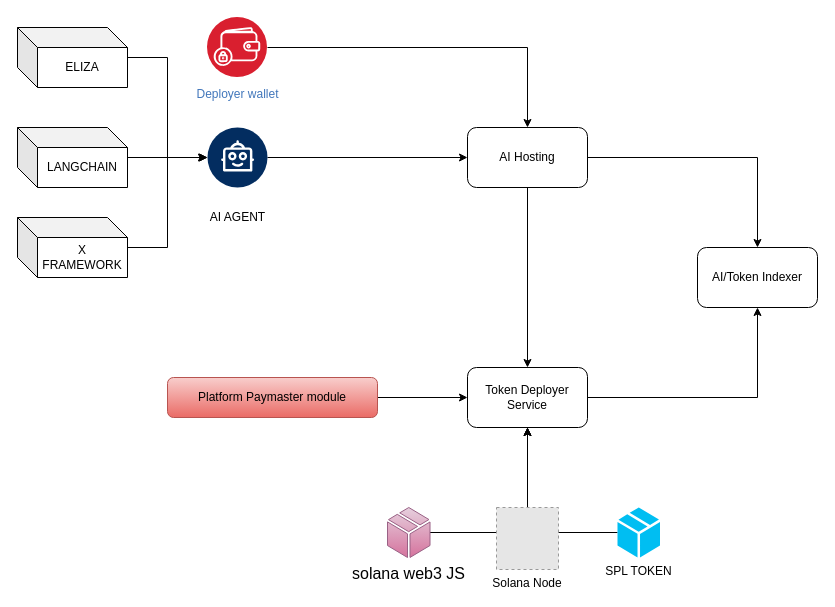
This is UpStreet-flow-diagram.drawio from ali-05-ahmed/Concept-Diagrams, a draw.io file, before an edit. Source tidied: cells renumbered, new cells numbered last; positions are measured from the earlier drawing's top-left corner, leaving out a move shared by most shapes. Both pictures are drawn from the tidied source at 100%, with x=0, y=0 at pixel (17, 17). Pictures stored in the file or linked from it are replaced by grey dashed boxes.
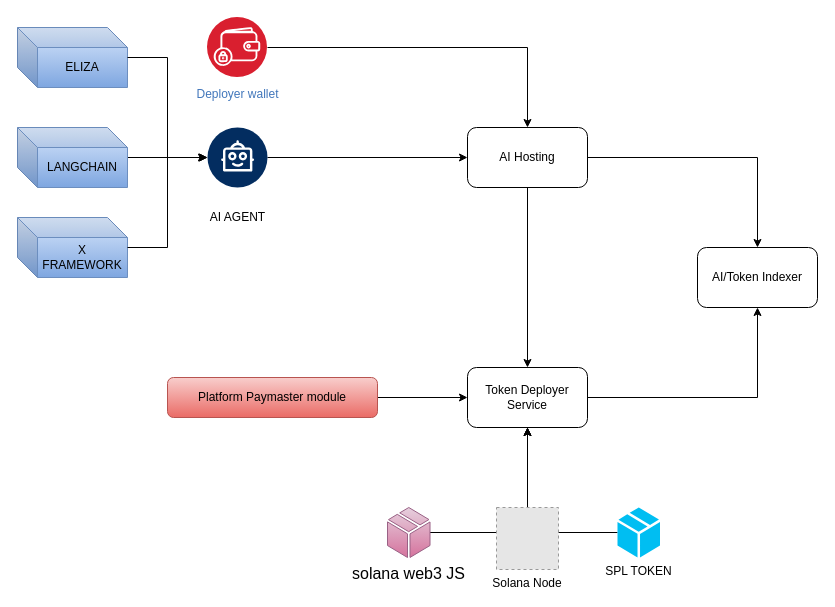
The same page after the edit.

What changed in the source:
```diff
@@
-    <mxCell id="20" value="ELIZA" style="shape=cube;whiteSpace=wrap;html=1;boundedLbl=1;backgroundOutline=1;darkOpacity=0.05;darkOpacity2=0.1;" parent="1" vertex="1">
+    <mxCell id="20" value="ELIZA" style="shape=cube;whiteSpace=wrap;html=1;boundedLbl=1;backgroundOutline=1;darkOpacity=0.05;darkOpacity2=0.1;fillColor=#dae8fc;gradientColor=#7ea6e0;strokeColor=#6c8ebf;" parent="1" vertex="1">
       <mxGeometry y="10" width="110" height="60" as="geometry" />
     </mxCell>
@@
-    <mxCell id="22" value="LANGCHAIN" style="shape=cube;whiteSpace=wrap;html=1;boundedLbl=1;backgroundOutline=1;darkOpacity=0.05;darkOpacity2=0.1;" parent="1" vertex="1">
+    <mxCell id="22" value="LANGCHAIN" style="shape=cube;whiteSpace=wrap;html=1;boundedLbl=1;backgroundOutline=1;darkOpacity=0.05;darkOpacity2=0.1;fillColor=#dae8fc;gradientColor=#7ea6e0;strokeColor=#6c8ebf;" parent="1" vertex="1">
       <mxGeometry y="110" width="110" height="60" as="geometry" />
     </mxCell>
-    <mxCell id="23" value="X FRAMEWORK" style="shape=cube;whiteSpace=wrap;html=1;boundedLbl=1;backgroundOutline=1;darkOpacity=0.05;darkOpacity2=0.1;" parent="1" vertex="1">
+    <mxCell id="23" value="X FRAMEWORK" style="shape=cube;whiteSpace=wrap;html=1;boundedLbl=1;backgroundOutline=1;darkOpacity=0.05;darkOpacity2=0.1;fillColor=#dae8fc;gradientColor=#7ea6e0;strokeColor=#6c8ebf;" parent="1" vertex="1">
       <mxGeometry y="200" width="110" height="60" as="geometry" />
     </mxCell>
```
